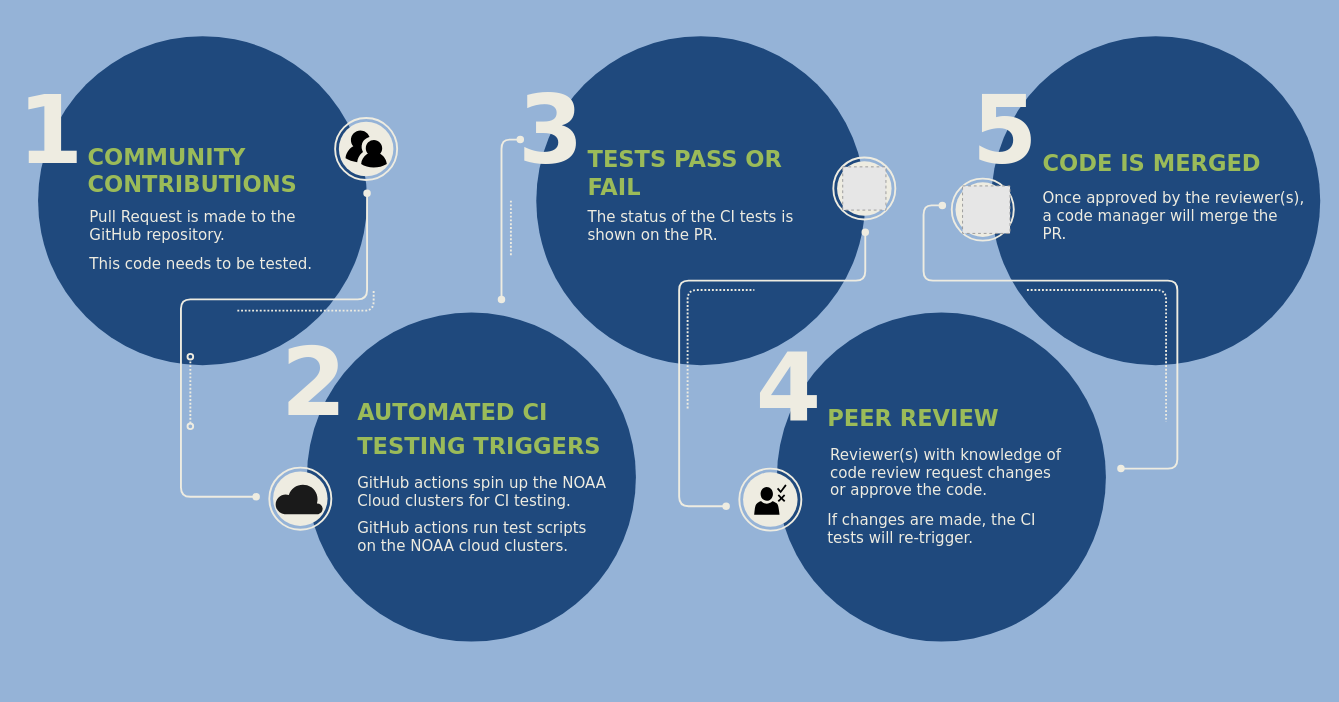
This is Flowchart2AGU22.drawio from laurenchilutti/draw_io, a draw.io file, before an edit. Source tidied: cells renumbered, new cells numbered last; positions are measured from the earlier drawing's top-left corner, leaving out a move shared by most shapes. Both pictures are drawn from the tidied source at 94%, with x=0, y=0 at pixel (16, 36). Pictures stored in the file or linked from it are replaced by grey dashed boxes.
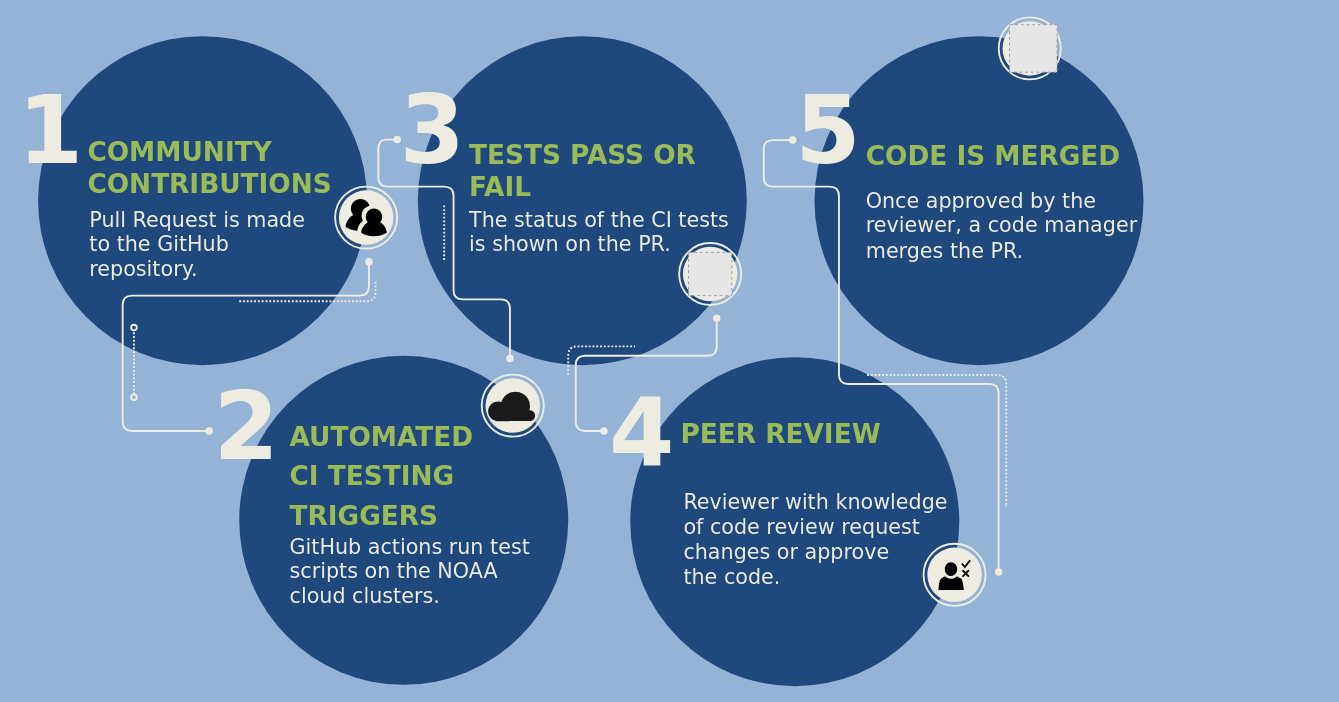
The same page after the edit.

Unchanged cells that the change refers to:
```xml
<mxCell id="15" style="group;" parent="1" vertex="1">
  <mxGeometry x="339" y="87" width="106" height="110" as="geometry" />
</mxCell>
```

Diff of the diagram source:
```diff
@@
     <mxCell id="3" style="ellipse;whiteSpace=wrap;html=1;fontFamily=Verdana;fontSize=16;fontColor=#DDDDDD;strokeColor=none;fillColor=#1F497D;" parent="1" vertex="1">
-      <mxGeometry x="309" y="294" width="350" height="350" as="geometry" />
+      <mxGeometry x="237" y="340" width="350" height="350" as="geometry" />
     </mxCell>
-    <mxCell id="4" value="COMMUNITY &lt;br&gt;CONTRIBUTIONS" style="text;align=left;verticalAlign=top;spacingTop=-4;fontSize=24;fontFamily=Verdana;fontColor=#9BBB59;fontStyle=1;html=1;overflow=fill;strokeOpacity=100;" parent="1" vertex="1">
-      <mxGeometry x="76" y="115" width="250" height="70" as="geometry" />
+    <mxCell id="4" value="&lt;font style=&quot;font-size: 28px;&quot;&gt;COMMUNITY &lt;br&gt;CONTRIBUTIONS&lt;/font&gt;" style="text;align=left;verticalAlign=top;spacingTop=-4;fontSize=24;fontFamily=Verdana;fontColor=#9BBB59;fontStyle=1;html=1;overflow=fill;strokeOpacity=100;" parent="1" vertex="1">
+      <mxGeometry x="76" y="107" width="290" height="70" as="geometry" />
     </mxCell>
@@
     <mxCell id="6" value="&lt;font color=&quot;#eeece1&quot;&gt;2&lt;/font&gt;" style="text;html=1;align=left;verticalAlign=top;spacingTop=-4;fontSize=100;fontFamily=Verdana;fontColor=#F18808;fontStyle=1;" parent="1" vertex="1">
-      <mxGeometry x="280" y="307" width="90" height="130" as="geometry" />
+      <mxGeometry x="208" y="353" width="90" height="130" as="geometry" />
     </mxCell>
-    <mxCell id="7" value="&lt;div style=&quot;line-height: 120%&quot;&gt;&lt;font color=&quot;#eeece1&quot; style=&quot;line-height: 120%&quot;&gt;&lt;div&gt;This code needs to be tested.&lt;/div&gt;&lt;/font&gt;&lt;/div&gt;" style="text;align=left;verticalAlign=top;spacingTop=-4;fontSize=16;fontFamily=Verdana;fontColor=#888888;html=1;" parent="1" vertex="1">
-      <mxGeometry x="76" y="230" width="260" height="30" as="geometry" />
-    </mxCell>
-    <mxCell id="8" value="&lt;div style=&quot;line-height: 150%&quot;&gt;&lt;font color=&quot;#9bbb59&quot;&gt;AUTOMATED CI&lt;/font&gt;&lt;/div&gt;&lt;div style=&quot;line-height: 150%&quot;&gt;&lt;font color=&quot;#9bbb59&quot;&gt;TESTING TRIGGERS&lt;/font&gt;&lt;/div&gt;" style="text;html=1;align=left;verticalAlign=top;spacingTop=-4;fontSize=24;fontFamily=Verdana;fontColor=#DDDDDD;fontStyle=1;" parent="1" vertex="1">
-      <mxGeometry x="361" y="380" width="290" height="80" as="geometry" />
+    <mxCell id="8" value="&lt;div style=&quot;line-height: 150%; font-size: 28px;&quot;&gt;&lt;font style=&quot;font-size: 28px;&quot; color=&quot;#9bbb59&quot;&gt;AUTOMATED&lt;/font&gt;&lt;/div&gt;&lt;div style=&quot;line-height: 150%; font-size: 28px;&quot;&gt;&lt;font style=&quot;font-size: 28px;&quot; color=&quot;#9bbb59&quot;&gt;CI&amp;nbsp;&lt;/font&gt;&lt;span style=&quot;color: rgb(155, 187, 89); background-color: initial;&quot;&gt;TESTING&lt;/span&gt;&lt;/div&gt;&lt;div style=&quot;line-height: 150%; font-size: 28px;&quot;&gt;&lt;span style=&quot;color: rgb(155, 187, 89); background-color: initial;&quot;&gt;TRIGGERS&lt;/span&gt;&lt;/div&gt;" style="text;html=1;align=left;verticalAlign=top;spacingTop=-4;fontSize=24;fontFamily=Verdana;fontColor=#DDDDDD;fontStyle=1;" parent="1" vertex="1">
+      <mxGeometry x="289" y="403" width="220" height="130" as="geometry" />
     </mxCell>
-    <mxCell id="9" value="&lt;font color=&quot;#eeece1&quot;&gt;Pull Request is made to the &lt;br&gt;GitHub repository.&lt;br&gt;&lt;/font&gt;" style="text;html=1;align=left;verticalAlign=top;spacingTop=-4;fontSize=16;fontColor=#888888;fontFamily=Verdana;" parent="1" vertex="1">
-      <mxGeometry x="76" y="180" width="240" height="50" as="geometry" />
+    <mxCell id="9" value="&lt;font style=&quot;font-size: 22px;&quot; color=&quot;#eeece1&quot;&gt;Pull Request is made&lt;br&gt;to the GitHub&lt;br&gt;repository.&lt;br&gt;&lt;/font&gt;" style="text;html=1;align=left;verticalAlign=top;spacingTop=-4;fontSize=16;fontColor=#888888;fontFamily=Verdana;" parent="1" vertex="1">
+      <mxGeometry x="76" y="180" width="250" height="90" as="geometry" />
     </mxCell>
-    <mxCell id="10" value="&lt;font color=&quot;#eeece1&quot;&gt;GitHub actions spin up the NOAA &lt;br&gt;Cloud clusters for CI testing.&lt;br&gt;&lt;/font&gt;" style="text;html=1;align=left;verticalAlign=top;spacingTop=-4;fontSize=16;fontColor=#888888;fontFamily=Verdana;" parent="1" vertex="1">
-      <mxGeometry x="361" y="463" width="290" height="50" as="geometry" />
-    </mxCell>
-    <mxCell id="11" value="&lt;div style=&quot;line-height: 120%&quot;&gt;&lt;font color=&quot;#eeece1&quot; style=&quot;line-height: 120%&quot;&gt;GitHub actions run test scripts&lt;/font&gt;&lt;/div&gt;&lt;div style=&quot;line-height: 120%&quot;&gt;&lt;font color=&quot;#eeece1&quot; style=&quot;line-height: 120%&quot;&gt;on the NOAA cloud clusters.&lt;/font&gt;&lt;/div&gt;" style="text;align=left;verticalAlign=top;spacingTop=-4;fontSize=16;fontFamily=Verdana;fontColor=#888888;html=1;" parent="1" vertex="1">
-      <mxGeometry x="361" y="511" width="270" height="50" as="geometry" />
+    <mxCell id="11" value="&lt;div style=&quot;line-height: 120%; font-size: 22px;&quot;&gt;&lt;font color=&quot;#eeece1&quot; style=&quot;line-height: 120%; font-size: 22px;&quot;&gt;GitHub actions run test&lt;/font&gt;&lt;/div&gt;&lt;div style=&quot;line-height: 120%; font-size: 22px;&quot;&gt;&lt;font color=&quot;#eeece1&quot; style=&quot;line-height: 120%; font-size: 22px;&quot;&gt;scripts&amp;nbsp;&lt;/font&gt;&lt;span style=&quot;color: rgb(238, 236, 225); background-color: initial;&quot;&gt;on the NOAA&lt;/span&gt;&lt;/div&gt;&lt;div style=&quot;line-height: 120%; font-size: 22px;&quot;&gt;&lt;span style=&quot;color: rgb(238, 236, 225); background-color: initial;&quot;&gt;cloud clusters.&lt;/span&gt;&lt;/div&gt;" style="text;align=left;verticalAlign=top;spacingTop=-4;fontSize=16;fontFamily=Verdana;fontColor=#888888;html=1;" parent="1" vertex="1">
+      <mxGeometry x="289" y="528" width="280" height="90" as="geometry" />
     </mxCell>
     <mxCell id="12" style="endArrow=oval;html=1;strokeColor=#EEECE1;fontFamily=Verdana;fontSize=16;fontColor=#DDDDDD;endFill=1;rounded=1;endSize=6;startArrow=oval;startFill=1;strokeWidth=2;edgeStyle=orthogonalEdgeStyle;" parent="1" edge="1">
       <mxGeometry relative="1" as="geometry">
-        <mxPoint x="255" y="490" as="sourcePoint" />
-        <mxPoint x="373" y="167" as="targetPoint" />
+        <mxPoint x="205" y="420" as="sourcePoint" />
+        <mxPoint x="375" y="240" as="targetPoint" />
         <Array as="points">
-          <mxPoint x="175" y="490" />
-          <mxPoint x="175" y="280" />
-          <mxPoint x="373" y="280" />
+          <mxPoint x="113" y="420" />
+          <mxPoint x="113" y="276" />
+          <mxPoint x="375" y="276" />
+          <mxPoint x="375" y="240" />
         </Array>
       </mxGeometry>
     </mxCell>
     <mxCell id="13" style="endArrow=oval;html=1;strokeColor=#EEECE1;fontFamily=Verdana;fontSize=16;fontColor=#DDDDDD;endFill=0;rounded=1;endSize=6;startArrow=oval;startFill=0;dashed=1;strokeWidth=2;dashPattern=1 1;" parent="1" edge="1">
-      <mxGeometry x="1031" y="-250" as="geometry">
-        <mxPoint x="185" y="415" as="sourcePoint" />
-        <mxPoint x="185" y="341" as="targetPoint" />
+      <mxGeometry x="971" y="-281" as="geometry">
+        <mxPoint x="125" y="384" as="sourcePoint" />
+        <mxPoint x="125" y="310" as="targetPoint" />
       </mxGeometry>
     </mxCell>
     <mxCell id="14" style="endArrow=none;html=1;strokeColor=#EEECE1;fontFamily=Verdana;fontSize=16;fontColor=#DDDDDD;endFill=0;rounded=1;endSize=6;startArrow=none;startFill=0;strokeWidth=2;dashed=1;dashPattern=1 1;" parent="1" edge="1">
-      <mxGeometry x="1030" y="-250" as="geometry">
-        <mxPoint x="235" y="292" as="sourcePoint" />
-        <mxPoint x="380" y="270" as="targetPoint" />
+      <mxGeometry x="1032" y="-260" as="geometry">
+        <mxPoint x="237" y="282" as="sourcePoint" />
+        <mxPoint x="382" y="260" as="targetPoint" />
         <Array as="points">
-          <mxPoint x="253" y="292" />
-          <mxPoint x="300" y="292" />
-          <mxPoint x="380" y="292" />
+          <mxPoint x="255" y="282" />
+          <mxPoint x="302" y="282" />
+          <mxPoint x="382" y="282" />
         </Array>
       </mxGeometry>
     </mxCell>
@@
     <mxCell id="16" style="ellipse;whiteSpace=wrap;html=1;fillColor=none;fontFamily=Verdana;fontSize=16;fontColor=#DDDDDD;strokeColor=#EEECE1;strokeWidth=2;" parent="15" vertex="1">
-      <mxGeometry width="66" height="66" as="geometry" />
+      <mxGeometry y="73" width="66" height="66" as="geometry" />
     </mxCell>
     <mxCell id="17" style="ellipse;whiteSpace=wrap;html=1;fillColor=#EEECE1;fontFamily=Verdana;fontSize=16;fontColor=#DDDDDD;strokeColor=none;" parent="15" vertex="1">
-      <mxGeometry x="4" y="4" width="58" height="58" as="geometry" />
+      <mxGeometry x="4" y="77" width="58" height="58" as="geometry" />
     </mxCell>
     <mxCell id="18" style="verticalLabelPosition=bottom;sketch=0;html=1;fillColor=#000000;strokeColor=none;verticalAlign=top;align=center;shape=mxgraph.cisco_safe.people_places_things_icons.icon9;" parent="15" vertex="1">
-      <mxGeometry x="11.1" y="13.2" width="43.9" height="39.5" as="geometry" />
+      <mxGeometry x="11.1" y="86.2" width="43.9" height="39.5" as="geometry" />
     </mxCell>
     <mxCell id="19" style="group;" parent="1" vertex="1">
-      <mxGeometry x="269" y="459" width="66" height="66" as="geometry" />
+      <mxGeometry x="495" y="360" width="66" height="66" as="geometry" />
     </mxCell>
@@
     <mxCell id="23" style="ellipse;whiteSpace=wrap;html=1;fontFamily=Verdana;fontSize=16;fontColor=#DDDDDD;strokeColor=none;fillColor=#1F497D;" parent="1" vertex="1">
-      <mxGeometry x="553" width="350" height="350" as="geometry" />
+      <mxGeometry x="427" width="350" height="350" as="geometry" />
     </mxCell>
     <mxCell id="24" style="ellipse;whiteSpace=wrap;html=1;fontFamily=Verdana;fontSize=16;fontColor=#DDDDDD;strokeColor=none;fillColor=#1F497D;" parent="1" vertex="1">
-      <mxGeometry x="809" y="294" width="350" height="350" as="geometry" />
+      <mxGeometry x="653" y="341.5" width="350" height="350" as="geometry" />
     </mxCell>
     <mxCell id="25" value="&lt;font color=&quot;#eeece1&quot;&gt;3&lt;/font&gt;" style="text;html=1;align=left;verticalAlign=top;spacingTop=-4;fontSize=100;fontFamily=Verdana;fontColor=#F18808;fontStyle=1;" parent="1" vertex="1">
-      <mxGeometry x="532" y="38" width="90" height="130" as="geometry" />
+      <mxGeometry x="406" y="38" width="90" height="130" as="geometry" />
     </mxCell>
     <mxCell id="26" value="&lt;font color=&quot;#eeece1&quot;&gt;4&lt;/font&gt;" style="text;html=1;align=left;verticalAlign=top;spacingTop=-4;fontSize=100;fontFamily=Verdana;fontColor=#F18808;fontStyle=1;" parent="1" vertex="1">
-      <mxGeometry x="785" y="313" width="90" height="130" as="geometry" />
+      <mxGeometry x="629" y="360.5" width="90" height="130" as="geometry" />
     </mxCell>
-    <mxCell id="27" value="&lt;font color=&quot;#9bbb59&quot;&gt;TESTS PASS OR&lt;br&gt;FAIL&lt;br&gt;&lt;/font&gt;" style="text;html=1;align=left;verticalAlign=top;spacingTop=-4;fontSize=24;fontFamily=Verdana;fontColor=#DDDDDD;fontStyle=1;" parent="1" vertex="1">
-      <mxGeometry x="606" y="115" width="230" height="70" as="geometry" />
+    <mxCell id="27" value="&lt;font style=&quot;font-size: 28px;&quot; color=&quot;#9bbb59&quot;&gt;TESTS PASS OR&lt;br&gt;FAIL&lt;br&gt;&lt;/font&gt;" style="text;html=1;align=left;verticalAlign=top;spacingTop=-4;fontSize=24;fontFamily=Verdana;fontColor=#DDDDDD;fontStyle=1;" parent="1" vertex="1">
+      <mxGeometry x="480" y="107" width="270" height="70" as="geometry" />
     </mxCell>
-    <mxCell id="28" value="&lt;div style=&quot;line-height: 150%&quot;&gt;&lt;font color=&quot;#9bbb59&quot;&gt;PEER REVIEW&lt;/font&gt;&lt;/div&gt;" style="text;html=1;align=left;verticalAlign=top;spacingTop=-4;fontSize=24;fontFamily=Verdana;fontColor=#DDDDDD;fontStyle=1;" parent="1" vertex="1">
-      <mxGeometry x="861" y="386" width="210" height="40" as="geometry" />
+    <mxCell id="28" value="&lt;div style=&quot;line-height: 150%&quot;&gt;&lt;font style=&quot;font-size: 28px;&quot; color=&quot;#9bbb59&quot;&gt;PEER REVIEW&lt;/font&gt;&lt;/div&gt;" style="text;html=1;align=left;verticalAlign=top;spacingTop=-4;fontSize=24;fontFamily=Verdana;fontColor=#DDDDDD;fontStyle=1;" parent="1" vertex="1">
+      <mxGeometry x="705" y="403" width="240" height="50" as="geometry" />
     </mxCell>
-    <mxCell id="29" value="&lt;font color=&quot;#eeece1&quot;&gt;The status of the CI tests is&lt;br&gt;shown on the PR.&lt;br&gt;&lt;/font&gt;" style="text;html=1;align=left;verticalAlign=top;spacingTop=-4;fontSize=16;fontColor=#888888;fontFamily=Verdana;" parent="1" vertex="1">
-      <mxGeometry x="606" y="180" width="250" height="50" as="geometry" />
+    <mxCell id="29" value="&lt;font style=&quot;font-size: 22px;&quot; color=&quot;#eeece1&quot;&gt;The status of the CI tests&lt;br&gt;is shown on the PR.&lt;br&gt;&lt;/font&gt;" style="text;html=1;align=left;verticalAlign=top;spacingTop=-4;fontSize=16;fontColor=#888888;fontFamily=Verdana;" parent="1" vertex="1">
+      <mxGeometry x="480" y="180" width="300" height="60" as="geometry" />
     </mxCell>
-    <mxCell id="30" value="&lt;font color=&quot;#eeece1&quot;&gt;Reviewer(s) with knowledge of&amp;nbsp;&lt;br&gt;code review request changes&lt;br&gt;or approve the code.&lt;br&gt;&lt;/font&gt;" style="text;html=1;align=left;verticalAlign=top;spacingTop=-4;fontSize=16;fontColor=#888888;fontFamily=Verdana;" parent="1" vertex="1">
-      <mxGeometry x="864" y="433" width="280" height="70" as="geometry" />
+    <mxCell id="30" value="&lt;font style=&quot;font-size: 22px;&quot; color=&quot;#eeece1&quot;&gt;Reviewer with knowledge&lt;br&gt;of&amp;nbsp;code review request&lt;br&gt;changes or approve&lt;br&gt;the code.&lt;br&gt;&lt;/font&gt;" style="text;html=1;align=left;verticalAlign=top;spacingTop=-4;fontSize=16;fontColor=#888888;fontFamily=Verdana;" parent="1" vertex="1">
+      <mxGeometry x="708" y="480.5" width="300" height="110" as="geometry" />
     </mxCell>
     <mxCell id="31" style="endArrow=none;html=1;strokeColor=#EEECE1;fontFamily=Verdana;fontSize=16;fontColor=#DDDDDD;endFill=0;rounded=1;endSize=6;startArrow=none;startFill=0;strokeWidth=2;dashed=1;dashPattern=1 1;" parent="1" edge="1">
-      <mxGeometry x="1392" y="-204" as="geometry">
-        <mxPoint x="714" y="396" as="sourcePoint" />
-        <mxPoint x="785" y="270" as="targetPoint" />
+      <mxGeometry x="1265" y="-144" as="geometry">
+        <mxPoint x="587" y="360" as="sourcePoint" />
+        <mxPoint x="658" y="330" as="targetPoint" />
         <Array as="points">
-          <mxPoint x="714" y="270" />
+          <mxPoint x="587" y="330" />
         </Array>
       </mxGeometry>
     </mxCell>
     <mxCell id="32" style="endArrow=oval;html=1;strokeColor=#EEECE1;fontFamily=Verdana;fontSize=16;fontColor=#DDDDDD;endFill=1;rounded=1;endSize=6;startArrow=oval;startFill=1;strokeWidth=2;edgeStyle=orthogonalEdgeStyle;" parent="1" edge="1">
       <mxGeometry relative="1" as="geometry">
-        <mxPoint x="755" y="500" as="sourcePoint" />
-        <mxPoint x="903" y="208.5" as="targetPoint" />
+        <mxPoint x="625" y="420" as="sourcePoint" />
+        <mxPoint x="745" y="300" as="targetPoint" />
         <Array as="points">
-          <mxPoint x="705" y="500" />
-          <mxPoint x="705" y="260" />
-          <mxPoint x="903" y="260" />
+          <mxPoint x="595" y="420" />
+          <mxPoint x="595" y="340" />
+          <mxPoint x="745" y="340" />
         </Array>
       </mxGeometry>
     </mxCell>
     <mxCell id="33" style="group;" parent="1" vertex="1">
-      <mxGeometry x="869" y="129" width="66" height="66" as="geometry" />
+      <mxGeometry x="705" y="220" width="66" height="66" as="geometry" />
     </mxCell>
@@
     <mxCell id="37" style="group;" parent="1" vertex="1">
-      <mxGeometry x="769" y="460" width="66" height="66" as="geometry" />
+      <mxGeometry x="965" y="540" width="66" height="66" as="geometry" />
     </mxCell>
@@
     <mxCell id="41" value="&lt;font color=&quot;#eeece1&quot;&gt;&lt;br&gt;&lt;/font&gt;" style="text;html=1;align=left;verticalAlign=top;spacingTop=-4;fontSize=16;fontColor=#888888;fontFamily=Verdana;" parent="1" vertex="1">
-      <mxGeometry x="606" y="226" width="20" height="30" as="geometry" />
+      <mxGeometry x="480" y="226" width="20" height="30" as="geometry" />
     </mxCell>
-    <mxCell id="42" value="&lt;font color=&quot;#eeece1&quot;&gt;If changes are made, the CI&amp;nbsp;&lt;br&gt;tests will re-trigger.&lt;br&gt;&lt;/font&gt;" style="text;html=1;align=left;verticalAlign=top;spacingTop=-4;fontSize=16;fontColor=#888888;fontFamily=Verdana;" parent="1" vertex="1">
-      <mxGeometry x="861" y="503" width="260" height="50" as="geometry" />
-    </mxCell>
     <mxCell id="43" style="ellipse;whiteSpace=wrap;html=1;fontFamily=Verdana;fontSize=16;fontColor=#DDDDDD;strokeColor=none;fillColor=#1F497D;" parent="1" vertex="1">
-      <mxGeometry x="1037" width="350" height="350" as="geometry" />
+      <mxGeometry x="849" width="350" height="350" as="geometry" />
     </mxCell>
     <mxCell id="44" value="&lt;font color=&quot;#eeece1&quot;&gt;5&lt;/font&gt;" style="text;html=1;points=[];align=left;verticalAlign=top;spacingTop=-4;fontSize=100;fontFamily=Verdana;fontColor=#F18808;fontStyle=1;" parent="1" vertex="1">
-      <mxGeometry x="1015" y="38" width="90" height="130" as="geometry" />
+      <mxGeometry x="827" y="38" width="90" height="130" as="geometry" />
     </mxCell>
-    <mxCell id="45" value="&lt;div style=&quot;line-height: 150%&quot;&gt;&lt;font color=&quot;#9bbb59&quot;&gt;CODE IS MERGED&lt;/font&gt;&lt;/div&gt;" style="text;html=1;align=left;verticalAlign=top;spacingTop=-4;fontSize=24;fontFamily=Verdana;fontColor=#DDDDDD;fontStyle=1;" parent="1" vertex="1">
-      <mxGeometry x="1090" y="115" width="260" height="40" as="geometry" />
+    <mxCell id="45" value="&lt;div style=&quot;line-height: 150%&quot;&gt;&lt;font style=&quot;font-size: 28px;&quot; color=&quot;#9bbb59&quot;&gt;CODE IS MERGED&lt;/font&gt;&lt;/div&gt;" style="text;html=1;align=left;verticalAlign=top;spacingTop=-4;fontSize=24;fontFamily=Verdana;fontColor=#DDDDDD;fontStyle=1;" parent="1" vertex="1">
+      <mxGeometry x="902" y="107" width="300" height="50" as="geometry" />
     </mxCell>
-    <mxCell id="46" value="&lt;font color=&quot;#eeece1&quot;&gt;Once approved by the reviewer(s),&lt;br&gt;a code manager will merge the&lt;br&gt;PR.&amp;nbsp;&lt;br&gt;&lt;/font&gt;" style="text;html=1;align=left;verticalAlign=top;spacingTop=-4;fontSize=16;fontColor=#888888;fontFamily=Verdana;" parent="1" vertex="1">
-      <mxGeometry x="1090" y="160" width="300" height="70" as="geometry" />
+    <mxCell id="46" value="&lt;font style=&quot;font-size: 22px;&quot; color=&quot;#eeece1&quot;&gt;Once approved by the &lt;br&gt;reviewer, a code manager&lt;br&gt;merges the PR.&amp;nbsp;&lt;br&gt;&lt;/font&gt;" style="text;html=1;align=left;verticalAlign=top;spacingTop=-4;fontSize=16;fontColor=#888888;fontFamily=Verdana;" parent="1" vertex="1">
+      <mxGeometry x="902" y="160" width="310" height="90" as="geometry" />
     </mxCell>
     <mxCell id="47" style="group;" parent="1" vertex="1">
-      <mxGeometry x="995" y="151.5" width="66" height="66" as="geometry" />
+      <mxGeometry x="1045" y="-20" width="66" height="66" as="geometry" />
     </mxCell>
@@
     <mxCell id="51" style="orthogonalLoop=1;jettySize=auto;html=1;rounded=1;strokeColor=#EEECE1;fontColor=#9BBB59;endArrow=oval;endFill=1;startArrow=oval;startFill=1;strokeWidth=2;edgeStyle=orthogonalEdgeStyle;" parent="1" edge="1">
       <mxGeometry relative="1" as="geometry">
-        <mxPoint x="516" y="280" as="sourcePoint" />
-        <mxPoint x="536" y="110" as="targetPoint" />
+        <mxPoint x="525" y="343" as="sourcePoint" />
+        <mxPoint x="405" y="110" as="targetPoint" />
         <Array as="points">
-          <mxPoint x="516" y="110" />
-          <mxPoint x="536" y="110" />
+          <mxPoint x="525" y="280" />
+          <mxPoint x="465" y="280" />
+          <mxPoint x="465" y="160" />
+          <mxPoint x="385" y="160" />
+          <mxPoint x="385" y="110" />
         </Array>
       </mxGeometry>
     </mxCell>
     <mxCell id="52" style="edgeStyle=none;orthogonalLoop=1;jettySize=auto;html=1;rounded=1;strokeColor=#EEECE1;strokeWidth=2;fontColor=#9BBB59;startArrow=none;startFill=0;endArrow=none;endFill=0;dashed=1;dashPattern=1 1;" parent="1" edge="1">
       <mxGeometry relative="1" as="geometry">
-        <mxPoint x="526" y="175" as="sourcePoint" />
-        <mxPoint x="526" y="235" as="targetPoint" />
+        <mxPoint x="455" y="180" as="sourcePoint" />
+        <mxPoint x="455" y="240" as="targetPoint" />
       </mxGeometry>
     </mxCell>
-    <mxCell id="53" style="edgeStyle=orthogonalEdgeStyle;orthogonalLoop=1;jettySize=auto;html=1;rounded=1;strokeColor=#EEECE1;strokeWidth=2;fontColor=#9BBB59;startArrow=oval;startFill=1;endArrow=oval;endFill=1;jumpSize=2;" parent="1" edge="1">
+    <mxCell id="53" style="edgeStyle=orthogonalEdgeStyle;jettySize=auto;html=1;rounded=1;strokeColor=#EEECE1;strokeWidth=2;fontColor=#9BBB59;startArrow=oval;startFill=1;endArrow=oval;endFill=1;jumpSize=2;entryX=-0.013;entryY=0.558;entryDx=0;entryDy=0;entryPerimeter=0;" parent="1" edge="1" target="44">
       <mxGeometry relative="1" as="geometry">
-        <mxPoint x="1175" y="460" as="sourcePoint" />
-        <mxPoint x="985" y="180" as="targetPoint" />
+        <mxPoint x="1044.9" y="570" as="sourcePoint" />
         <Array as="points">
-          <mxPoint x="1235" y="460" />
-          <mxPoint x="1235" y="260" />
-          <mxPoint x="965" y="260" />
-          <mxPoint x="965" y="180" />
+          <mxPoint x="1045" y="370" />
+          <mxPoint x="875" y="370" />
+          <mxPoint x="875" y="160" />
+          <mxPoint x="795" y="160" />
+          <mxPoint x="795" y="111" />
         </Array>
       </mxGeometry>
     </mxCell>
     <mxCell id="54" style="edgeStyle=orthogonalEdgeStyle;orthogonalLoop=1;jettySize=auto;html=1;rounded=1;strokeColor=#EEECE1;strokeWidth=2;fontColor=#9BBB59;startArrow=none;startFill=0;endArrow=none;endFill=0;jumpSize=2;dashed=1;dashPattern=1 1;" parent="1" edge="1">
       <mxGeometry relative="1" as="geometry">
-        <mxPoint x="1075" y="270" as="sourcePoint" />
-        <mxPoint x="1223" y="410.3" as="targetPoint" />
+        <mxPoint x="905" y="360.5" as="sourcePoint" />
+        <mxPoint x="1053" y="500.8" as="targetPoint" />
         <Array as="points">
-          <mxPoint x="1223" y="270.3" />
-          <mxPoint x="1223" y="410.3" />
+          <mxPoint x="1053" y="360.8" />
+          <mxPoint x="1053" y="500.8" />
         </Array>
       </mxGeometry>
     </mxCell>
```
